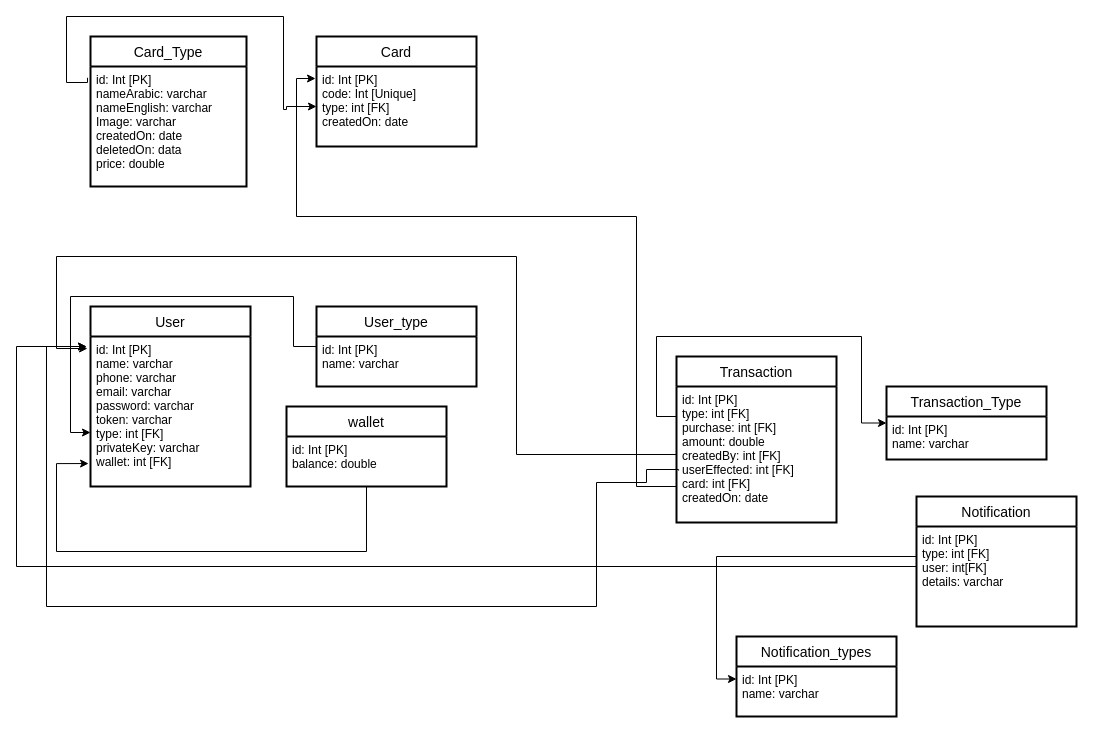
The draw.io diagram src/diagrams/database.drawio in Ibrahimrahhal/Betakatcom-BE, before the edit. Source tidied: cells renumbered, new cells numbered last; positions are measured from the earlier drawing's top-left corner, leaving out a move shared by most shapes. Both pictures are drawn from the tidied source at 100%, with x=0, y=0 at pixel (16, 16).
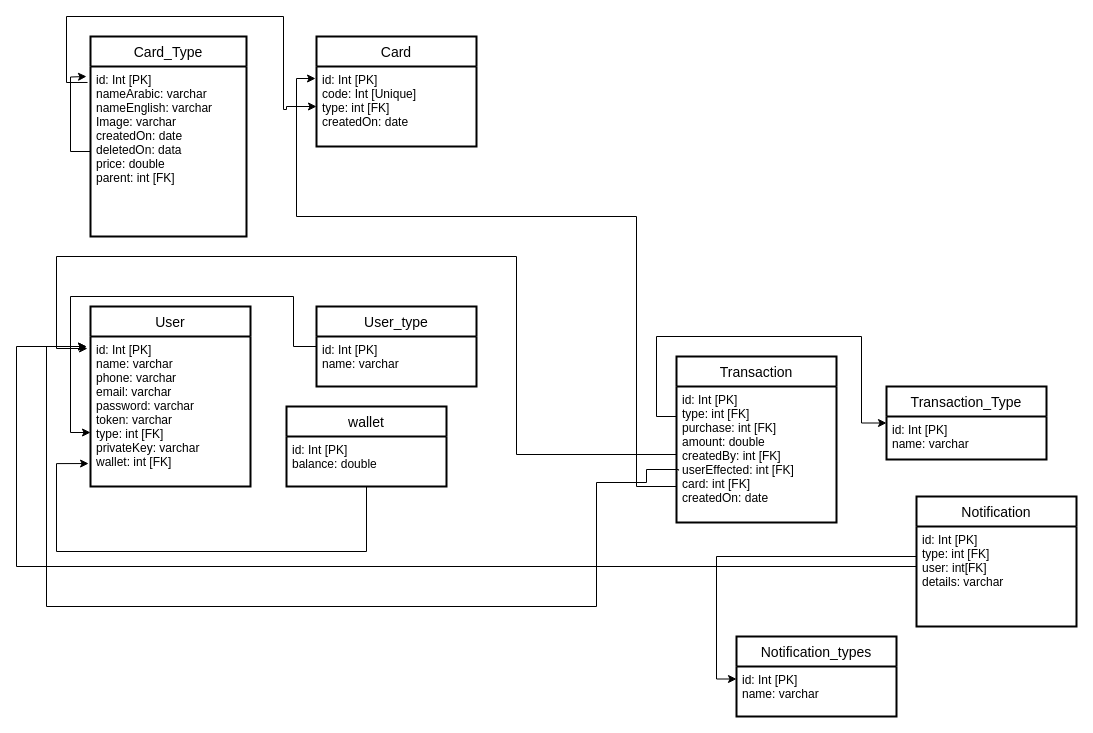
Above is the later version.

Diff of the diagram source:
```diff
@@
     <mxCell id="5" value="Card_Type" style="swimlane;horizontal=1;startSize=30;rounded=1;fontSize=14;fontStyle=0;strokeWidth=2;shadow=0;dashed=0;align=center;arcSize=0;" parent="1" vertex="1">
-      <mxGeometry x="74" y="20" width="156" height="150" as="geometry" />
+      <mxGeometry x="74" y="20" width="156" height="200" as="geometry" />
     </mxCell>
-    <mxCell id="6" value="id: Int [PK]&#10;nameArabic: varchar&#10;nameEnglish: varchar&#10;Image: varchar&#10;createdOn: date&#10;deletedOn: data&#10;price: double&#10;&#10;&#10;" style="align=left;strokeColor=none;fillColor=none;spacingLeft=4;fontSize=12;verticalAlign=top;" parent="5" vertex="1">
-      <mxGeometry y="30" width="156" height="120" as="geometry" />
+    <mxCell id="6" value="id: Int [PK]&#10;nameArabic: varchar&#10;nameEnglish: varchar&#10;Image: varchar&#10;createdOn: date&#10;deletedOn: data&#10;price: double&#10;parent: int [FK]&#10;&#10;&#10;" style="align=left;strokeColor=none;fillColor=none;spacingLeft=4;fontSize=12;verticalAlign=top;" parent="5" vertex="1">
+      <mxGeometry y="30" width="156" height="170" as="geometry" />
     </mxCell>
@@
+    <mxCell id="29" style="edgeStyle=orthogonalEdgeStyle;rounded=0;jettySize=auto;html=1;" parent="1" edge="1" source="6">
+      <mxGeometry relative="1" as="geometry">
+        <mxPoint x="70" y="60" as="targetPoint" />
+      </mxGeometry>
+    </mxCell>
```
